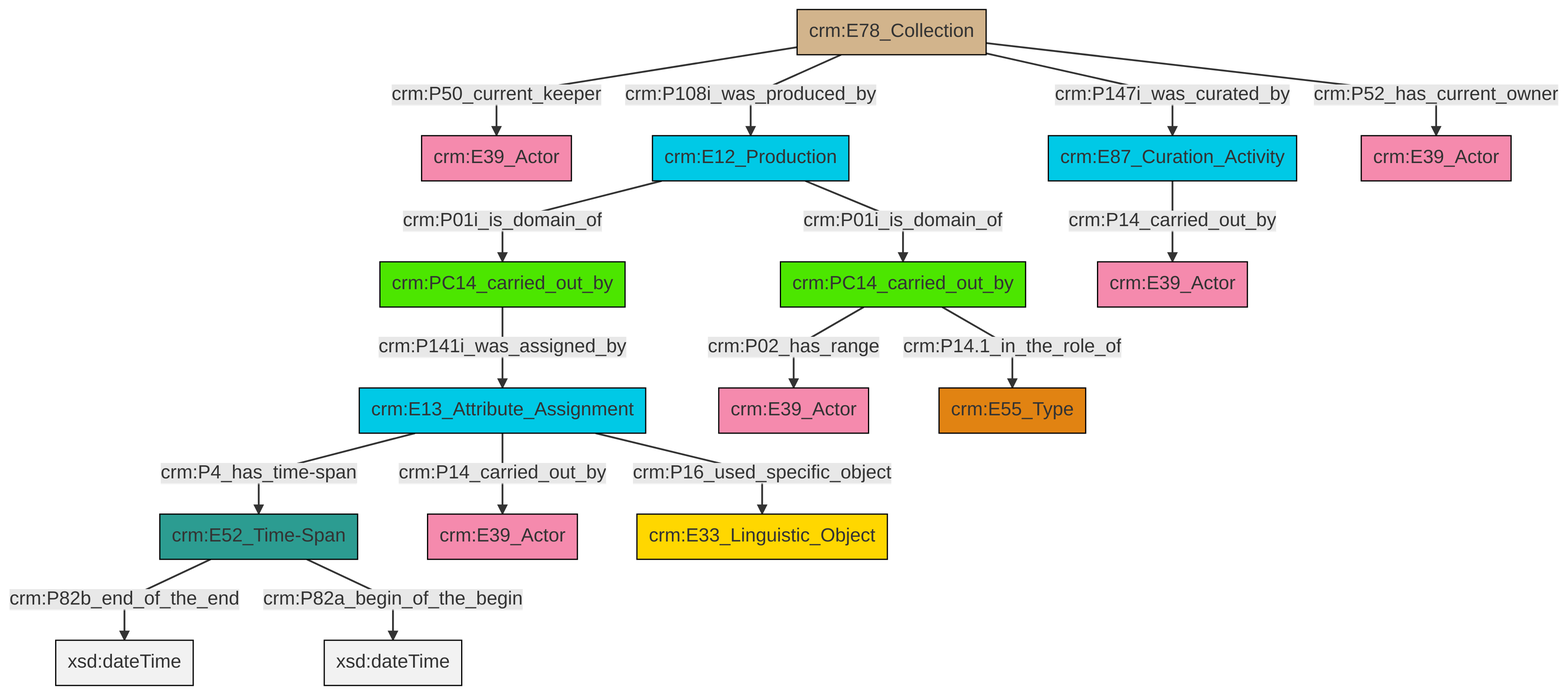
Above: et/archivalCSV/ttl/mmd/png/archival_relation.png in swiss-art-research-net/docs.swissartresearch (Mermaid), before the change. Its source is kept beside it as et/archivalCSV/ttl/mmd/archival_relation.ttl.mmd.
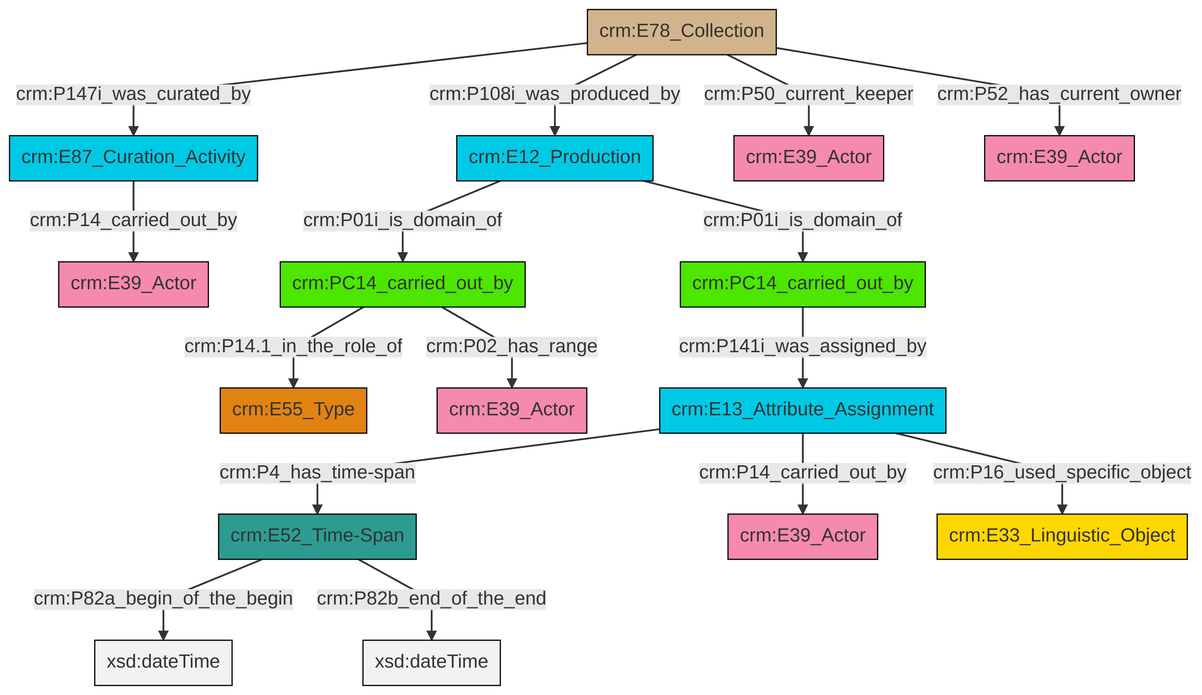
The same diagram one commit later.

What changed in the source:
```diff
@@ -13,18 +13,18 @@
 classDef PC_Classes fill:#4ce600, stroke:#000000;
 classDef Multi fill:#cccccc,stroke:#000000;
 
-0["crm:E13_Attribute_Assignment"]:::Temporal_Entity -->|crm:P4_has_time-span| 6["crm:E52_Time-Span"]:::Time-Span
-9["crm:E12_Production"]:::Temporal_Entity -->|crm:P01i_is_domain_of| 10["crm:PC14_carried_out_by"]:::PC_Classes
-6["crm:E52_Time-Span"]:::Time-Span -->|crm:P82b_end_of_the_end| 11[xsd:dateTime]:::Literal
-12["crm:E78_Collection"]:::Physical_Thing -->|crm:P50_current_keeper| 13["crm:E39_Actor"]:::Actor
-7["crm:E87_Curation_Activity"]:::Temporal_Entity -->|crm:P14_carried_out_by| 14["crm:E39_Actor"]:::Actor
-9["crm:E12_Production"]:::Temporal_Entity -->|crm:P01i_is_domain_of| 16["crm:PC14_carried_out_by"]:::PC_Classes
-12["crm:E78_Collection"]:::Physical_Thing -->|crm:P108i_was_produced_by| 9["crm:E12_Production"]:::Temporal_Entity
-6["crm:E52_Time-Span"]:::Time-Span -->|crm:P82a_begin_of_the_begin| 21[xsd:dateTime]:::Literal
-0["crm:E13_Attribute_Assignment"]:::Temporal_Entity -->|crm:P14_carried_out_by| 26["crm:E39_Actor"]:::Actor
-12["crm:E78_Collection"]:::Physical_Thing -->|crm:P147i_was_curated_by| 7["crm:E87_Curation_Activity"]:::Temporal_Entity
-16["crm:PC14_carried_out_by"]:::PC_Classes -->|crm:P02_has_range| 24["crm:E39_Actor"]:::Actor
-10["crm:PC14_carried_out_by"]:::PC_Classes -->|crm:P141i_was_assigned_by| 0["crm:E13_Attribute_Assignment"]:::Temporal_Entity
-0["crm:E13_Attribute_Assignment"]:::Temporal_Entity -->|crm:P16_used_specific_object| 2["crm:E33_Linguistic_Object"]:::Conceptual_Object
-12["crm:E78_Collection"]:::Physical_Thing -->|crm:P52_has_current_owner| 4["crm:E39_Actor"]:::Actor
-16["crm:PC14_carried_out_by"]:::PC_Classes -->|crm:P14.1_in_the_role_of| 19["crm:E55_Type"]:::Type
+4["crm:E12_Production"]:::Temporal_Entity -->|crm:P01i_is_domain_of| 5["crm:PC14_carried_out_by"]:::PC_Classes
+0["crm:E78_Collection"]:::Physical_Thing -->|crm:P147i_was_curated_by| 2["crm:E87_Curation_Activity"]:::Temporal_Entity
+2["crm:E87_Curation_Activity"]:::Temporal_Entity -->|crm:P14_carried_out_by| 6["crm:E39_Actor"]:::Actor
+5["crm:PC14_carried_out_by"]:::PC_Classes -->|crm:P14.1_in_the_role_of| 7["crm:E55_Type"]:::Type
+0["crm:E78_Collection"]:::Physical_Thing -->|crm:P108i_was_produced_by| 4["crm:E12_Production"]:::Temporal_Entity
+4["crm:E12_Production"]:::Temporal_Entity -->|crm:P01i_is_domain_of| 11["crm:PC14_carried_out_by"]:::PC_Classes
+12["crm:E13_Attribute_Assignment"]:::Temporal_Entity -->|crm:P4_has_time-span| 13["crm:E52_Time-Span"]:::Time-Span
+5["crm:PC14_carried_out_by"]:::PC_Classes -->|crm:P02_has_range| 17["crm:E39_Actor"]:::Actor
+12["crm:E13_Attribute_Assignment"]:::Temporal_Entity -->|crm:P14_carried_out_by| 21["crm:E39_Actor"]:::Actor
+0["crm:E78_Collection"]:::Physical_Thing -->|crm:P50_current_keeper| 14["crm:E39_Actor"]:::Actor
+0["crm:E78_Collection"]:::Physical_Thing -->|crm:P52_has_current_owner| 19["crm:E39_Actor"]:::Actor
+13["crm:E52_Time-Span"]:::Time-Span -->|crm:P82a_begin_of_the_begin| 23[xsd:dateTime]:::Literal
+13["crm:E52_Time-Span"]:::Time-Span -->|crm:P82b_end_of_the_end| 28[xsd:dateTime]:::Literal
+11["crm:PC14_carried_out_by"]:::PC_Classes -->|crm:P141i_was_assigned_by| 12["crm:E13_Attribute_Assignment"]:::Temporal_Entity
+12["crm:E13_Attribute_Assignment"]:::Temporal_Entity -->|crm:P16_used_specific_object| 9["crm:E33_Linguistic_Object"]:::Conceptual_Object
```
